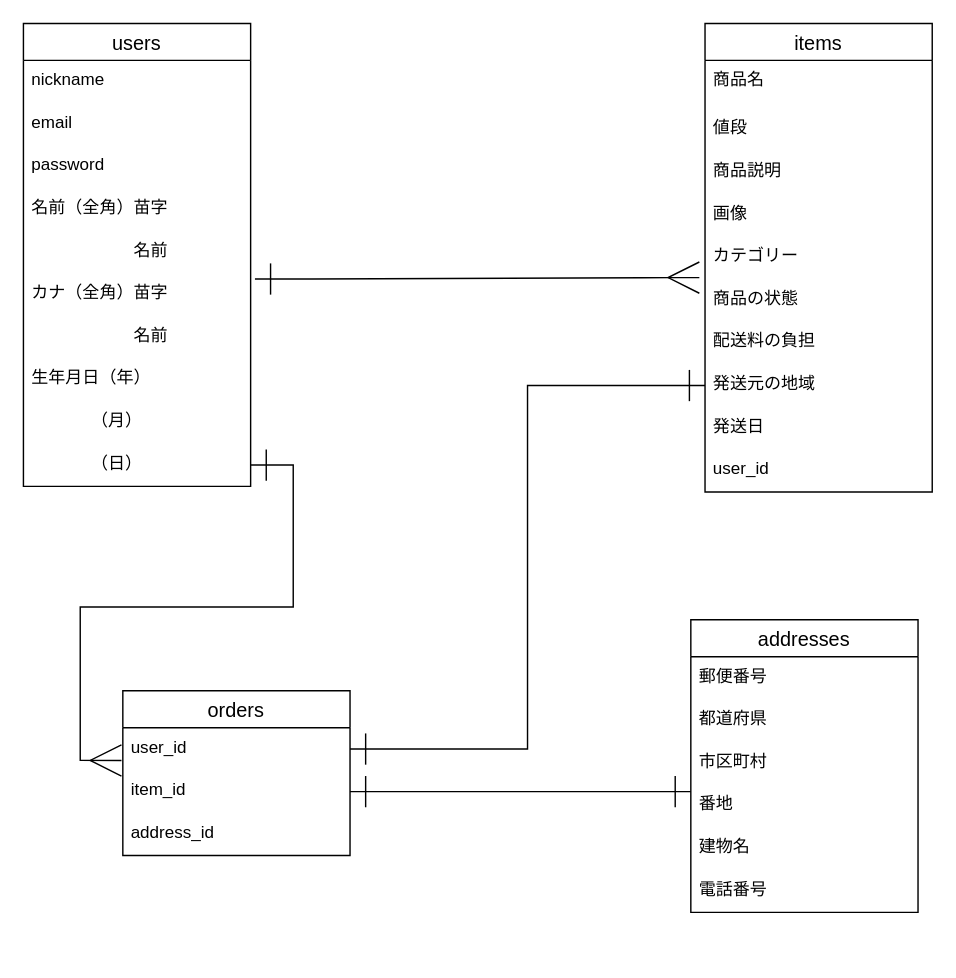
Before: furima.dio in umericetrue/furima-33542, a draw.io diagram. Source tidied: cells renumbered, new cells numbered last; positions are measured from the earlier drawing's top-left corner, leaving out a move shared by most shapes. Both pictures are drawn from the tidied source at 142%, with x=0, y=0 at pixel (23, 23).
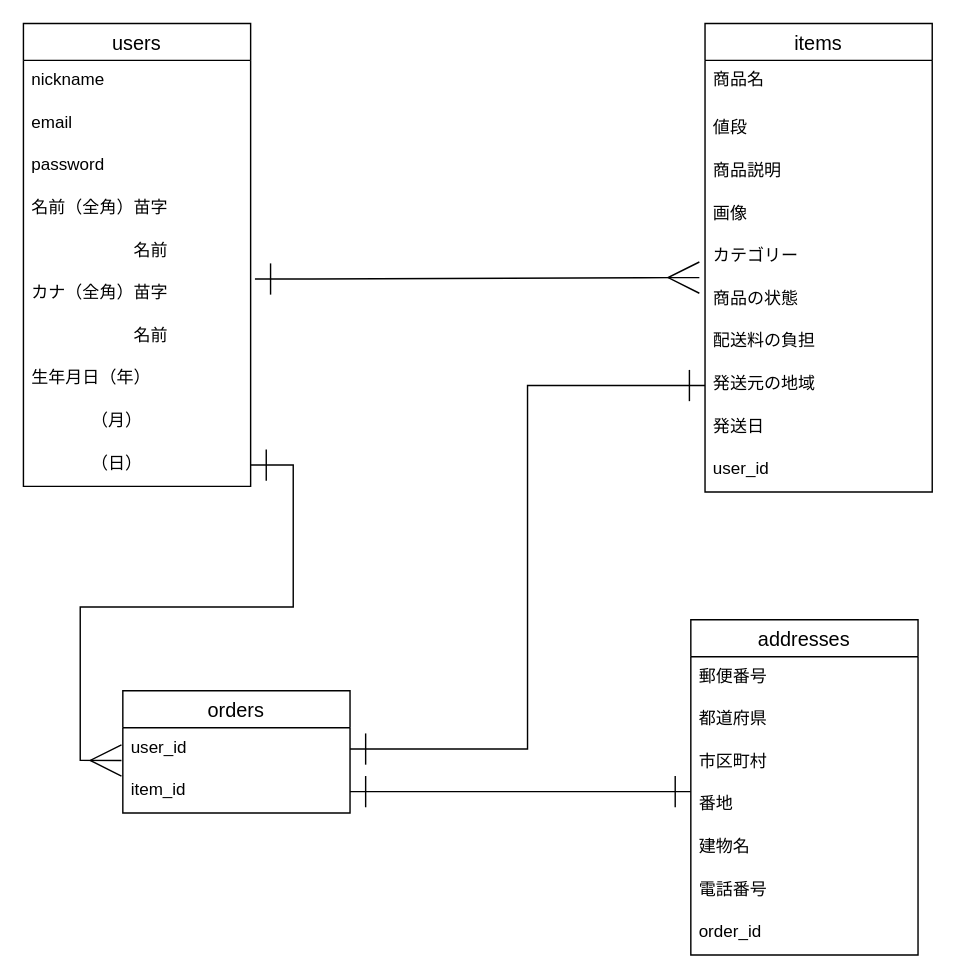
The same diagram, later.

Commit message (it also covers changes not shown here):
カラム名表記とアソシエーションの修正

Diff of the diagram source:
```diff
@@
     <mxCell id="24" value="orders" style="swimlane;fontStyle=0;horizontal=1;startSize=26;align=center;fontSize=14;" parent="1" vertex="1">
-      <mxGeometry x="70" y="470" width="160" height="116" as="geometry" />
+      <mxGeometry x="70" y="470" width="160" height="86" as="geometry" />
     </mxCell>
@@
-    <mxCell id="27" value="address_id" style="text;strokeColor=none;fillColor=none;spacingLeft=4;spacingRight=4;overflow=hidden;fontSize=12;" parent="24" vertex="1">
-      <mxGeometry y="86" width="160" height="30" as="geometry" />
-    </mxCell>
     <mxCell id="28" value="addresses" style="swimlane;fontStyle=0;horizontal=1;startSize=26;align=center;fontSize=14;" parent="1" vertex="1">
-      <mxGeometry x="470" y="420" width="160" height="206" as="geometry" />
+      <mxGeometry x="470" y="420" width="160" height="236" as="geometry" />
     </mxCell>
@@
+    <mxCell id="39" value="order_id" style="text;strokeColor=none;fillColor=none;spacingLeft=4;spacingRight=4;overflow=hidden;fontSize=12;" parent="28" vertex="1">
+      <mxGeometry y="206" width="160" height="30" as="geometry" />
+    </mxCell>
```
